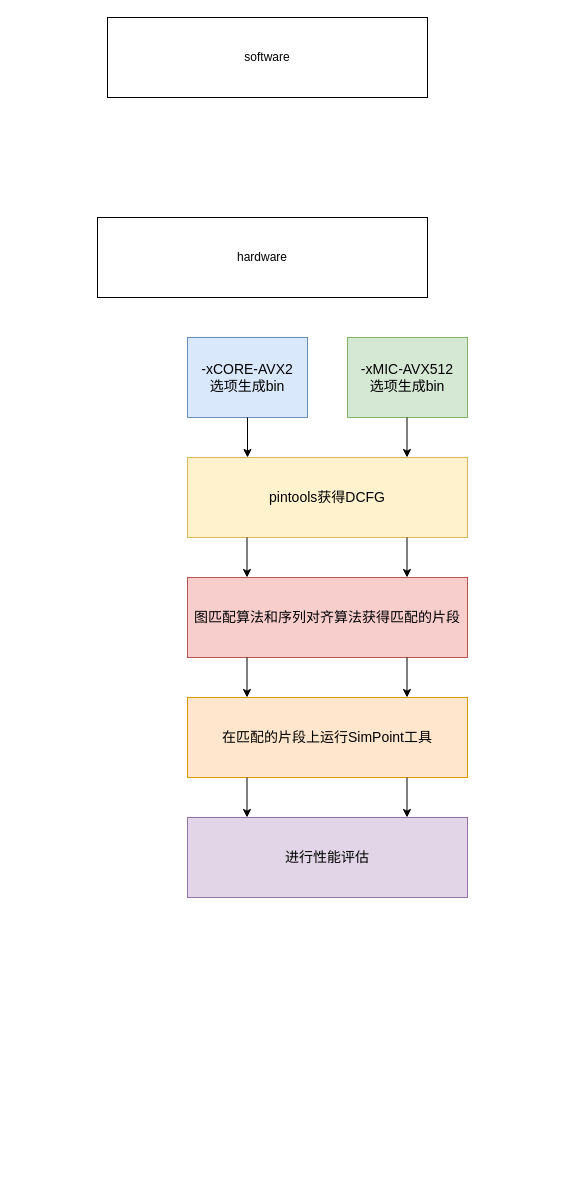
Earlier version of the draw.io diagram 1.drawio (Ziyue-Zhang/apicture). Source tidied: cells renumbered, new cells numbered last; positions are measured from the earlier drawing's top-left corner, leaving out a move shared by most shapes. Both pictures are drawn from the tidied source at 100%, with x=0, y=0 at pixel (97, 17).
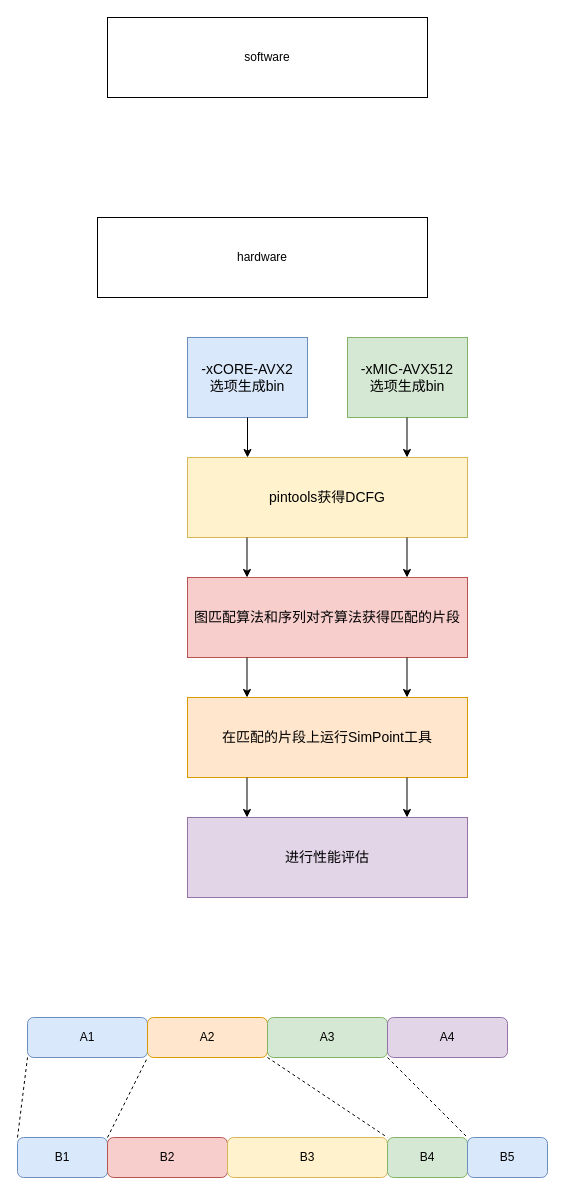
The same diagram, later.

Change to the diagram source:
```diff
@@
+    <mxCell id="18" value="A1" style="rounded=1;whiteSpace=wrap;html=1;fillColor=#dae8fc;strokeColor=#6c8ebf;" parent="1" vertex="1">
+      <mxGeometry x="-70" y="1000" width="120" height="40" as="geometry" />
+    </mxCell>
+    <mxCell id="19" value="A2" style="rounded=1;whiteSpace=wrap;html=1;fillColor=#ffe6cc;strokeColor=#d79b00;" parent="1" vertex="1">
+      <mxGeometry x="50" y="1000" width="120" height="40" as="geometry" />
+    </mxCell>
+    <mxCell id="20" value="A3" style="rounded=1;whiteSpace=wrap;html=1;fillColor=#d5e8d4;strokeColor=#82b366;" parent="1" vertex="1">
+      <mxGeometry x="170" y="1000" width="120" height="40" as="geometry" />
+    </mxCell>
+    <mxCell id="21" value="A4" style="rounded=1;whiteSpace=wrap;html=1;fillColor=#e1d5e7;strokeColor=#9673a6;" parent="1" vertex="1">
+      <mxGeometry x="290" y="1000" width="120" height="40" as="geometry" />
+    </mxCell>
+    <mxCell id="22" value="B1" style="rounded=1;whiteSpace=wrap;html=1;fillColor=#dae8fc;strokeColor=#6c8ebf;" parent="1" vertex="1">
+      <mxGeometry x="-80" y="1120" width="90" height="40" as="geometry" />
+    </mxCell>
+    <mxCell id="23" value="B2" style="rounded=1;whiteSpace=wrap;html=1;fillColor=#f8cecc;strokeColor=#b85450;" parent="1" vertex="1">
+      <mxGeometry x="10" y="1120" width="120" height="40" as="geometry" />
+    </mxCell>
+    <mxCell id="24" value="B3" style="rounded=1;whiteSpace=wrap;html=1;fillColor=#fff2cc;strokeColor=#d6b656;" parent="1" vertex="1">
+      <mxGeometry x="130" y="1120" width="160" height="40" as="geometry" />
+    </mxCell>
+    <mxCell id="25" value="B4" style="rounded=1;whiteSpace=wrap;html=1;fillColor=#d5e8d4;strokeColor=#82b366;" parent="1" vertex="1">
+      <mxGeometry x="290" y="1120" width="80" height="40" as="geometry" />
+    </mxCell>
+    <mxCell id="26" style="endArrow=none;dashed=1;html=1;rounded=0;exitX=0;exitY=0;exitDx=0;exitDy=0;entryX=0;entryY=1;entryDx=0;entryDy=0;" parent="1" edge="1" source="22" target="18">
+      <mxGeometry relative="1" as="geometry" />
+    </mxCell>
+    <mxCell id="27" style="endArrow=none;dashed=1;html=1;rounded=0;exitX=1;exitY=0;exitDx=0;exitDy=0;entryX=0;entryY=1;entryDx=0;entryDy=0;" parent="1" edge="1" source="22" target="19">
+      <mxGeometry relative="1" as="geometry" />
+    </mxCell>
+    <mxCell id="28" value="B5" style="rounded=1;whiteSpace=wrap;html=1;fillColor=#dae8fc;strokeColor=#6c8ebf;" parent="1" vertex="1">
+      <mxGeometry x="370" y="1120" width="80" height="40" as="geometry" />
+    </mxCell>
+    <mxCell id="29" style="endArrow=none;dashed=1;html=1;rounded=0;exitX=0;exitY=1;exitDx=0;exitDy=0;entryX=0;entryY=0;entryDx=0;entryDy=0;" parent="1" edge="1" source="20" target="25">
+      <mxGeometry relative="1" as="geometry" />
+    </mxCell>
+    <mxCell id="30" style="endArrow=none;dashed=1;html=1;rounded=0;exitX=0;exitY=1;exitDx=0;exitDy=0;entryX=1;entryY=0;entryDx=0;entryDy=0;" parent="1" edge="1" source="21" target="25">
+      <mxGeometry relative="1" as="geometry" />
+    </mxCell>
```
